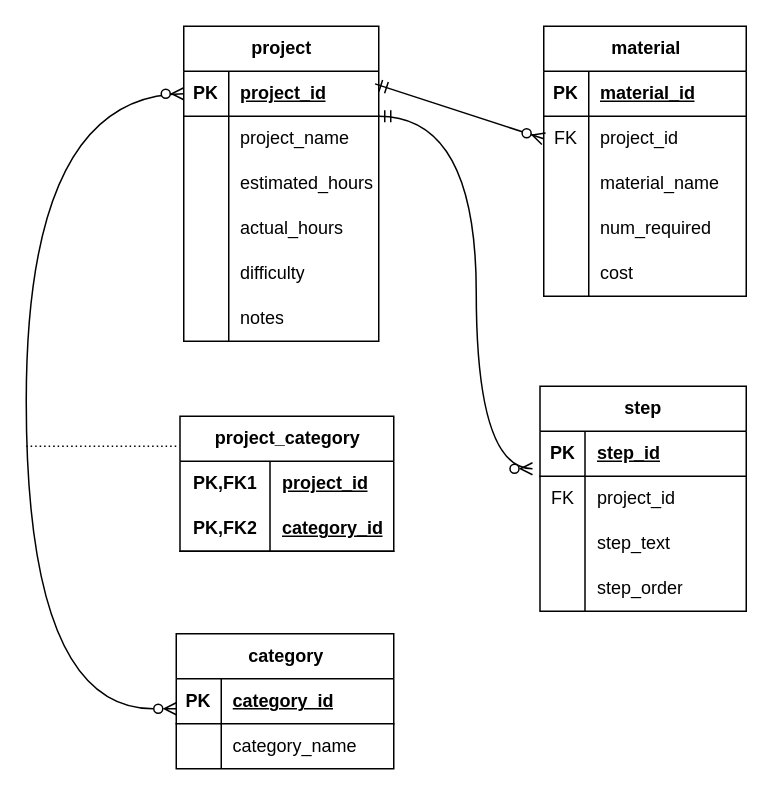
The draw.io diagram MySQL - Week2 Assignment Diagram.drawio in MamtaGit-personal/SQL-Week2, before the edit. Source tidied: cells renumbered, new cells numbered last; positions are measured from the earlier drawing's top-left corner, leaving out a move shared by most shapes. Both pictures are drawn from the tidied source at 150%, with x=0, y=0 at pixel (26, 26).
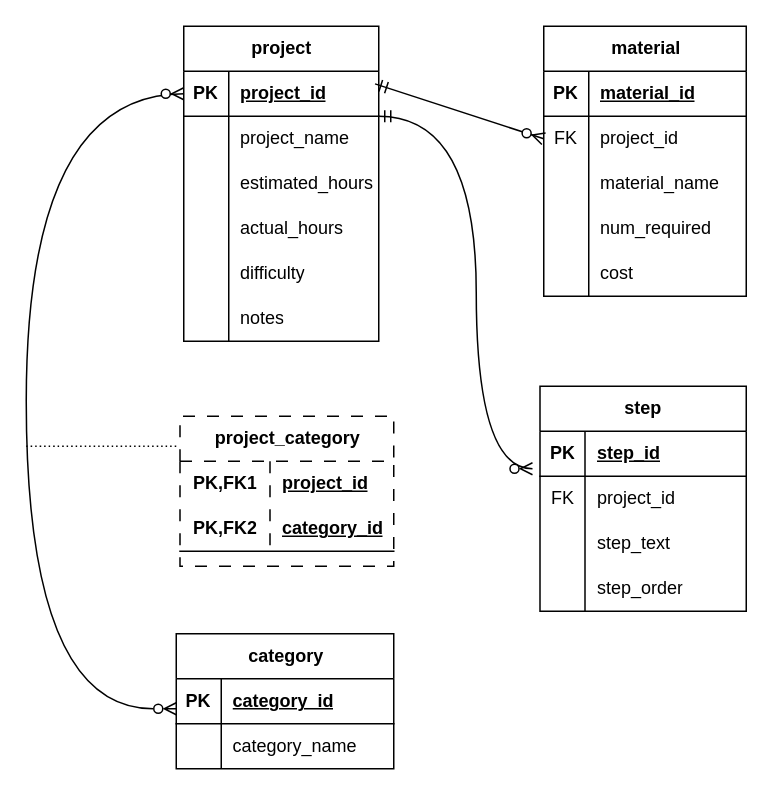
After the change.

Commit message:
changed the join table in draw.io file

The edit, as a diff of the source:
```diff
@@
-    <mxCell id="57" value="project_category" style="shape=table;startSize=30;childLayout=tableLayout;rowLines=0;fontStyle=1;align=center;html=1;whiteSpace=wrap;" parent="1" vertex="1">
-      <mxGeometry x="102.5" y="260" width="142.5" height="90" as="geometry" />
+    <mxCell id="57" value="project_category" style="shape=table;startSize=30;childLayout=tableLayout;rowLines=0;fontStyle=1;align=center;html=1;whiteSpace=wrap;dashed=1;dashPattern=8 8;" parent="1" vertex="1">
+      <mxGeometry x="102.5" y="260" width="142.5" height="100" as="geometry" />
     </mxCell>
```
